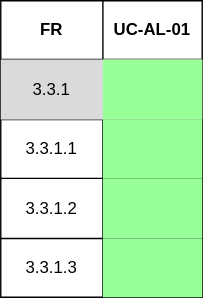
This is docs/srs/Use_Cases/Traceability_Matrix/FR3_3.svg from COS301-SE-2026/UMTAS, a draw.io export, as it was before one commit. Source tidied: cells renumbered, new cells last; positions are measured from the earlier drawing's top-left corner, leaving out a move shared by most shapes. The source it was exported from:
```xml
<mxGraphModel>
  <root>
    <mxCell id="0" />
    <mxCell id="1" parent="0" />
    <mxCell id="2" style="shape=table;startSize=0;strokeColor=default;" parent="1" vertex="1">
      <mxGeometry width="144" height="212" as="geometry" />
    </mxCell>
    <mxCell id="3" style="shape=tableRow;horizontal=0;startSize=0;swimlaneHead=0;swimlaneBody=0;strokeColor=inherit;top=0;left=0;bottom=0;right=0;fillColor=none;" parent="2" vertex="1">
      <mxGeometry width="144" height="42" as="geometry" />
    </mxCell>
    <mxCell id="4" value="FR" style="shape=partialRectangle;html=1;whiteSpace=wrap;strokeColor=inherit;overflow=hidden;fillColor=none;top=0;left=0;bottom=0;right=0;fontStyle=1;" parent="3" vertex="1">
      <mxGeometry width="73" height="42" as="geometry" />
    </mxCell>
    <mxCell id="5" value="UC-AL-01" style="shape=partialRectangle;html=1;whiteSpace=wrap;strokeColor=inherit;overflow=hidden;fillColor=none;top=0;left=0;bottom=0;right=0;fontStyle=1;" parent="3" vertex="1">
      <mxGeometry x="73" width="71" height="42" as="geometry" />
    </mxCell>
    <mxCell id="6" style="shape=tableRow;horizontal=0;startSize=0;swimlaneHead=0;swimlaneBody=0;strokeColor=inherit;top=0;left=0;bottom=0;right=0;fillColor=#DADADA;" parent="2" vertex="1">
      <mxGeometry y="42" width="144" height="43" as="geometry" />
    </mxCell>
    <mxCell id="7" value="3.3.1" style="shape=partialRectangle;html=1;whiteSpace=wrap;strokeColor=inherit;overflow=hidden;fillColor=none;top=0;left=0;bottom=0;right=0;" parent="6" vertex="1">
      <mxGeometry width="73" height="43" as="geometry" />
    </mxCell>
    <mxCell id="8" style="shape=partialRectangle;html=1;whiteSpace=wrap;strokeColor=inherit;overflow=hidden;fillColor=#99FF99;top=0;left=0;bottom=0;right=0;" parent="6" vertex="1">
      <mxGeometry x="73" width="71" height="43" as="geometry" />
    </mxCell>
    <mxCell id="9" style="shape=tableRow;horizontal=0;startSize=0;swimlaneHead=0;swimlaneBody=0;strokeColor=inherit;top=0;left=0;bottom=0;right=0;fillColor=none;" parent="2" vertex="1">
      <mxGeometry y="85" width="144" height="42" as="geometry" />
    </mxCell>
    <mxCell id="10" value="3.3.1.1" style="shape=partialRectangle;html=1;whiteSpace=wrap;strokeColor=inherit;overflow=hidden;fillColor=none;top=0;left=0;bottom=0;right=0;" parent="9" vertex="1">
      <mxGeometry width="73" height="42" as="geometry" />
    </mxCell>
    <mxCell id="11" style="shape=partialRectangle;html=1;whiteSpace=wrap;strokeColor=inherit;overflow=hidden;fillColor=#99FF99;top=0;left=0;bottom=0;right=0;" parent="9" vertex="1">
      <mxGeometry x="73" width="71" height="42" as="geometry" />
    </mxCell>
    <mxCell id="12" style="shape=tableRow;horizontal=0;startSize=0;swimlaneHead=0;swimlaneBody=0;strokeColor=inherit;top=0;left=0;bottom=0;right=0;fillColor=none;" parent="2" vertex="1">
      <mxGeometry y="127" width="144" height="43" as="geometry" />
    </mxCell>
    <mxCell id="13" value="3.3.1.2" style="shape=partialRectangle;html=1;whiteSpace=wrap;strokeColor=inherit;overflow=hidden;fillColor=none;top=0;left=0;bottom=0;right=0;" parent="12" vertex="1">
      <mxGeometry width="73" height="43" as="geometry" />
    </mxCell>
    <mxCell id="14" style="shape=partialRectangle;html=1;whiteSpace=wrap;strokeColor=inherit;overflow=hidden;fillColor=#99FF99;top=0;left=0;bottom=0;right=0;" parent="12" vertex="1">
      <mxGeometry x="73" width="71" height="43" as="geometry" />
    </mxCell>
    <mxCell id="15" style="shape=tableRow;horizontal=0;startSize=0;swimlaneHead=0;swimlaneBody=0;strokeColor=inherit;top=0;left=0;bottom=0;right=0;fillColor=none;" parent="2" vertex="1">
      <mxGeometry y="170" width="144" height="42" as="geometry" />
    </mxCell>
    <mxCell id="16" value="3.3.1.3" style="shape=partialRectangle;html=1;whiteSpace=wrap;strokeColor=inherit;overflow=hidden;fillColor=none;top=0;left=0;bottom=0;right=0;" parent="15" vertex="1">
      <mxGeometry width="73" height="42" as="geometry" />
    </mxCell>
    <mxCell id="17" style="shape=partialRectangle;html=1;whiteSpace=wrap;strokeColor=inherit;overflow=hidden;fillColor=#99FF99;top=0;left=0;bottom=0;right=0;" parent="15" vertex="1">
      <mxGeometry x="73" width="71" height="42" as="geometry" />
    </mxCell>
  </root>
</mxGraphModel>
```
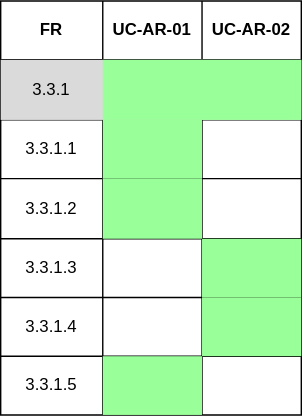
After the commit.

What changed in the source:
```diff
@@ -3,19 +3,22 @@
     <mxCell id="0" />
     <mxCell id="1" parent="0" />
     <mxCell id="2" style="shape=table;startSize=0;strokeColor=default;" parent="1" vertex="1">
-      <mxGeometry width="144" height="212" as="geometry" />
+      <mxGeometry width="215" height="296" as="geometry" />
     </mxCell>
     <mxCell id="3" style="shape=tableRow;horizontal=0;startSize=0;swimlaneHead=0;swimlaneBody=0;strokeColor=inherit;top=0;left=0;bottom=0;right=0;fillColor=none;" parent="2" vertex="1">
-      <mxGeometry width="144" height="42" as="geometry" />
+      <mxGeometry width="215" height="42" as="geometry" />
     </mxCell>
     <mxCell id="4" value="FR" style="shape=partialRectangle;html=1;whiteSpace=wrap;strokeColor=inherit;overflow=hidden;fillColor=none;top=0;left=0;bottom=0;right=0;fontStyle=1;" parent="3" vertex="1">
       <mxGeometry width="73" height="42" as="geometry" />
     </mxCell>
-    <mxCell id="5" value="UC-AL-01" style="shape=partialRectangle;html=1;whiteSpace=wrap;strokeColor=inherit;overflow=hidden;fillColor=none;top=0;left=0;bottom=0;right=0;fontStyle=1;" parent="3" vertex="1">
+    <mxCell id="5" value="UC-AR-01" style="shape=partialRectangle;html=1;whiteSpace=wrap;strokeColor=inherit;overflow=hidden;fillColor=none;top=0;left=0;bottom=0;right=0;fontStyle=1;" parent="3" vertex="1">
       <mxGeometry x="73" width="71" height="42" as="geometry" />
     </mxCell>
+    <mxCell id="18" value="UC-AR-02" style="shape=partialRectangle;html=1;whiteSpace=wrap;strokeColor=inherit;overflow=hidden;fillColor=none;top=0;left=0;bottom=0;right=0;fontStyle=1;" parent="3" vertex="1">
+      <mxGeometry x="144" width="71" height="42" as="geometry" />
+    </mxCell>
     <mxCell id="6" style="shape=tableRow;horizontal=0;startSize=0;swimlaneHead=0;swimlaneBody=0;strokeColor=inherit;top=0;left=0;bottom=0;right=0;fillColor=#DADADA;" parent="2" vertex="1">
-      <mxGeometry y="42" width="144" height="43" as="geometry" />
+      <mxGeometry y="42" width="215" height="43" as="geometry" />
     </mxCell>
     <mxCell id="7" value="3.3.1" style="shape=partialRectangle;html=1;whiteSpace=wrap;strokeColor=inherit;overflow=hidden;fillColor=none;top=0;left=0;bottom=0;right=0;" parent="6" vertex="1">
       <mxGeometry width="73" height="43" as="geometry" />
@@ -23,8 +26,11 @@
     <mxCell id="8" style="shape=partialRectangle;html=1;whiteSpace=wrap;strokeColor=inherit;overflow=hidden;fillColor=#99FF99;top=0;left=0;bottom=0;right=0;" parent="6" vertex="1">
       <mxGeometry x="73" width="71" height="43" as="geometry" />
     </mxCell>
+    <mxCell id="19" style="shape=partialRectangle;html=1;whiteSpace=wrap;strokeColor=inherit;overflow=hidden;fillColor=#99FF99;top=0;left=0;bottom=0;right=0;" parent="6" vertex="1">
+      <mxGeometry x="144" width="71" height="43" as="geometry" />
+    </mxCell>
     <mxCell id="9" style="shape=tableRow;horizontal=0;startSize=0;swimlaneHead=0;swimlaneBody=0;strokeColor=inherit;top=0;left=0;bottom=0;right=0;fillColor=none;" parent="2" vertex="1">
-      <mxGeometry y="85" width="144" height="42" as="geometry" />
+      <mxGeometry y="85" width="215" height="42" as="geometry" />
     </mxCell>
     <mxCell id="10" value="3.3.1.1" style="shape=partialRectangle;html=1;whiteSpace=wrap;strokeColor=inherit;overflow=hidden;fillColor=none;top=0;left=0;bottom=0;right=0;" parent="9" vertex="1">
       <mxGeometry width="73" height="42" as="geometry" />
@@ -32,8 +38,11 @@
     <mxCell id="11" style="shape=partialRectangle;html=1;whiteSpace=wrap;strokeColor=inherit;overflow=hidden;fillColor=#99FF99;top=0;left=0;bottom=0;right=0;" parent="9" vertex="1">
       <mxGeometry x="73" width="71" height="42" as="geometry" />
     </mxCell>
+    <mxCell id="20" style="shape=partialRectangle;html=1;whiteSpace=wrap;strokeColor=inherit;overflow=hidden;fillColor=none;top=0;left=0;bottom=0;right=0;" parent="9" vertex="1">
+      <mxGeometry x="144" width="71" height="42" as="geometry" />
+    </mxCell>
     <mxCell id="12" style="shape=tableRow;horizontal=0;startSize=0;swimlaneHead=0;swimlaneBody=0;strokeColor=inherit;top=0;left=0;bottom=0;right=0;fillColor=none;" parent="2" vertex="1">
-      <mxGeometry y="127" width="144" height="43" as="geometry" />
+      <mxGeometry y="127" width="215" height="43" as="geometry" />
     </mxCell>
     <mxCell id="13" value="3.3.1.2" style="shape=partialRectangle;html=1;whiteSpace=wrap;strokeColor=inherit;overflow=hidden;fillColor=none;top=0;left=0;bottom=0;right=0;" parent="12" vertex="1">
       <mxGeometry width="73" height="43" as="geometry" />
@@ -41,14 +50,44 @@
     <mxCell id="14" style="shape=partialRectangle;html=1;whiteSpace=wrap;strokeColor=inherit;overflow=hidden;fillColor=#99FF99;top=0;left=0;bottom=0;right=0;" parent="12" vertex="1">
       <mxGeometry x="73" width="71" height="43" as="geometry" />
     </mxCell>
+    <mxCell id="21" style="shape=partialRectangle;html=1;whiteSpace=wrap;strokeColor=inherit;overflow=hidden;fillColor=none;top=0;left=0;bottom=0;right=0;" parent="12" vertex="1">
+      <mxGeometry x="144" width="71" height="43" as="geometry" />
+    </mxCell>
     <mxCell id="15" style="shape=tableRow;horizontal=0;startSize=0;swimlaneHead=0;swimlaneBody=0;strokeColor=inherit;top=0;left=0;bottom=0;right=0;fillColor=none;" parent="2" vertex="1">
-      <mxGeometry y="170" width="144" height="42" as="geometry" />
+      <mxGeometry y="170" width="215" height="42" as="geometry" />
     </mxCell>
     <mxCell id="16" value="3.3.1.3" style="shape=partialRectangle;html=1;whiteSpace=wrap;strokeColor=inherit;overflow=hidden;fillColor=none;top=0;left=0;bottom=0;right=0;" parent="15" vertex="1">
       <mxGeometry width="73" height="42" as="geometry" />
     </mxCell>
-    <mxCell id="17" style="shape=partialRectangle;html=1;whiteSpace=wrap;strokeColor=inherit;overflow=hidden;fillColor=#99FF99;top=0;left=0;bottom=0;right=0;" parent="15" vertex="1">
+    <mxCell id="17" style="shape=partialRectangle;html=1;whiteSpace=wrap;strokeColor=inherit;overflow=hidden;fillColor=none;top=0;left=0;bottom=0;right=0;" parent="15" vertex="1">
       <mxGeometry x="73" width="71" height="42" as="geometry" />
     </mxCell>
+    <mxCell id="22" style="shape=partialRectangle;html=1;whiteSpace=wrap;strokeColor=inherit;overflow=hidden;fillColor=#99FF99;top=0;left=0;bottom=0;right=0;" parent="15" vertex="1">
+      <mxGeometry x="144" width="71" height="42" as="geometry" />
+    </mxCell>
+    <mxCell id="23" style="shape=tableRow;horizontal=0;startSize=0;swimlaneHead=0;swimlaneBody=0;strokeColor=inherit;top=0;left=0;bottom=0;right=0;fillColor=none;" parent="2" vertex="1">
+      <mxGeometry y="212" width="215" height="42" as="geometry" />
+    </mxCell>
+    <mxCell id="24" value="3.3.1.4" style="shape=partialRectangle;html=1;whiteSpace=wrap;strokeColor=inherit;overflow=hidden;fillColor=none;top=0;left=0;bottom=0;right=0;" parent="23" vertex="1">
+      <mxGeometry width="73" height="42" as="geometry" />
+    </mxCell>
+    <mxCell id="25" style="shape=partialRectangle;html=1;whiteSpace=wrap;strokeColor=inherit;overflow=hidden;fillColor=none;top=0;left=0;bottom=0;right=0;" parent="23" vertex="1">
+      <mxGeometry x="73" width="71" height="42" as="geometry" />
+    </mxCell>
+    <mxCell id="26" style="shape=partialRectangle;html=1;whiteSpace=wrap;strokeColor=inherit;overflow=hidden;fillColor=#99FF99;top=0;left=0;bottom=0;right=0;" parent="23" vertex="1">
+      <mxGeometry x="144" width="71" height="42" as="geometry" />
+    </mxCell>
+    <mxCell id="27" style="shape=tableRow;horizontal=0;startSize=0;swimlaneHead=0;swimlaneBody=0;strokeColor=inherit;top=0;left=0;bottom=0;right=0;fillColor=none;" parent="2" vertex="1">
+      <mxGeometry y="254" width="215" height="42" as="geometry" />
+    </mxCell>
+    <mxCell id="28" value="3.3.1.5" style="shape=partialRectangle;html=1;whiteSpace=wrap;strokeColor=inherit;overflow=hidden;fillColor=none;top=0;left=0;bottom=0;right=0;" parent="27" vertex="1">
+      <mxGeometry width="73" height="42" as="geometry" />
+    </mxCell>
+    <mxCell id="29" style="shape=partialRectangle;html=1;whiteSpace=wrap;strokeColor=inherit;overflow=hidden;fillColor=#99FF99;top=0;left=0;bottom=0;right=0;" parent="27" vertex="1">
+      <mxGeometry x="73" width="71" height="42" as="geometry" />
+    </mxCell>
+    <mxCell id="30" style="shape=partialRectangle;html=1;whiteSpace=wrap;strokeColor=inherit;overflow=hidden;fillColor=none;top=0;left=0;bottom=0;right=0;" parent="27" vertex="1">
+      <mxGeometry x="144" width="71" height="42" as="geometry" />
+    </mxCell>
   </root>
 </mxGraphModel>
```
